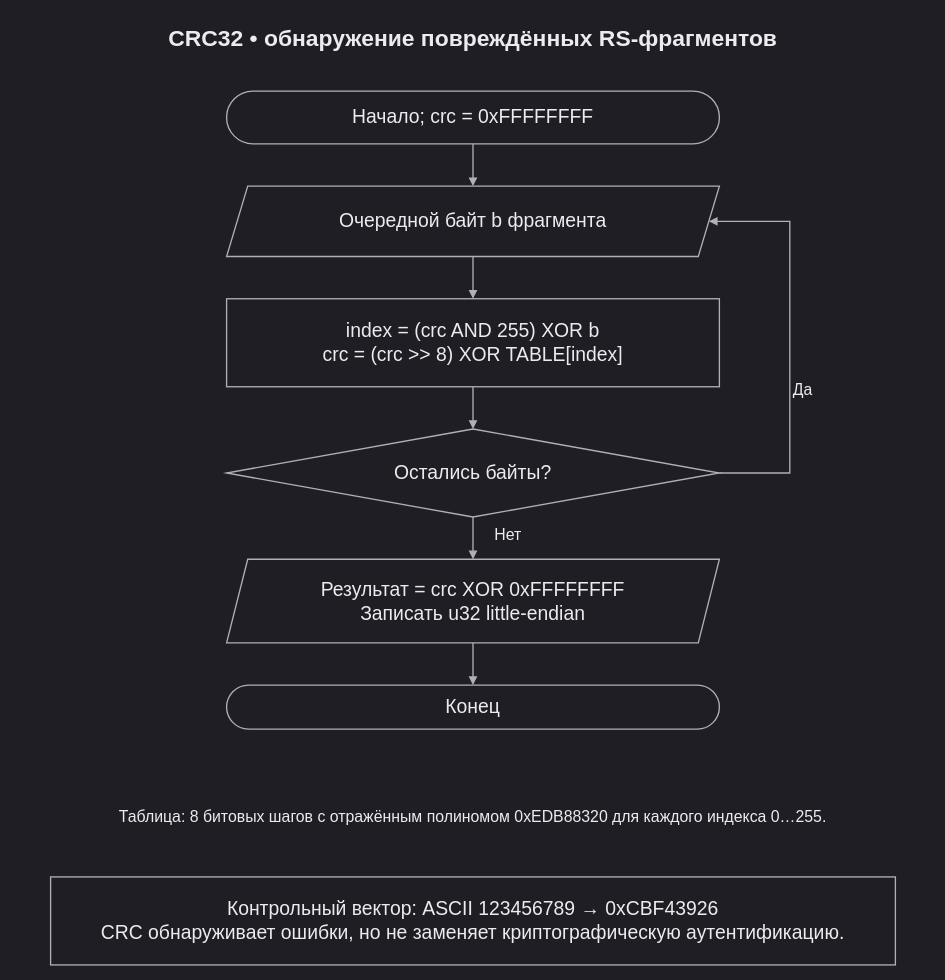
This is page "crc32-flow" (2 of 29) of docs/diagrams.drawio from SM1LEK/TEST, a draw.io file, before an edit. Source tidied: cells renumbered, new cells numbered last; positions are measured from the earlier drawing's top-left corner, leaving out a move shared by most shapes. Both pictures are drawn from the tidied source at 88%, with x=0, y=0 at pixel (15, 15).
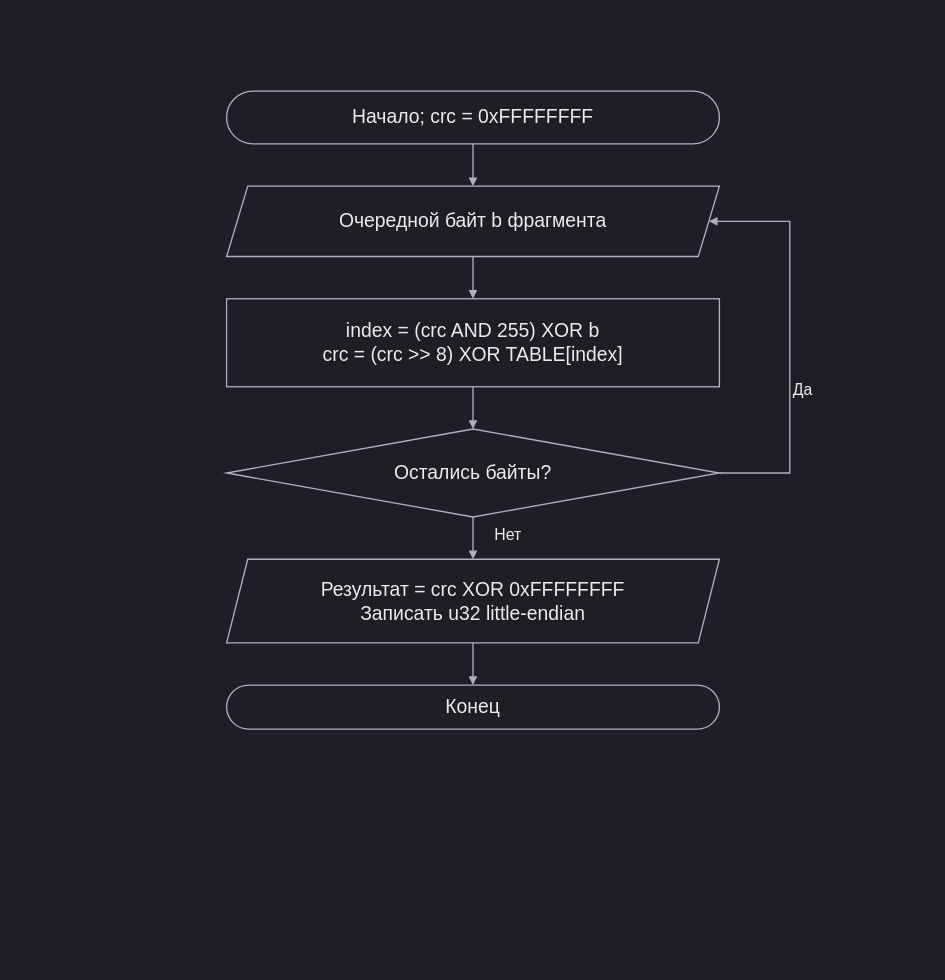
The same diagram, later.

Diff of the diagram source:
```diff
@@
-    <mxCell id="2" value="CRC32 • обнаружение повреждённых RS-фрагментов" style="text;whiteSpace=wrap;html=0;fontFamily=Arial;fontSize=26;fontColor=#ececef;strokeColor=#b3afb9;fillColor=#1f1e24;strokeWidth=1.5;align=center;verticalAlign=middle;spacing=10;labelBackgroundColor=none;fontStyle=1;strokeColor=none;fillColor=none;" parent="1" vertex="1">
-      <mxGeometry width="1040" height="52" as="geometry" />
-    </mxCell>
@@
-    <mxCell id="17" value="Таблица: 8 битовых шагов с отражённым полиномом 0xEDB88320 для каждого индекса 0…255." style="text;whiteSpace=wrap;html=0;fontFamily=Arial;fontSize=18;fontColor=#ececef;strokeColor=#b3afb9;fillColor=#1f1e24;strokeWidth=1.5;align=center;verticalAlign=middle;spacing=10;labelBackgroundColor=none;strokeColor=none;fillColor=none;" parent="1" vertex="1">
-      <mxGeometry y="879" width="1040" height="64" as="geometry" />
-    </mxCell>
-    <mxCell id="18" value="Контрольный вектор: ASCII 123456789 → 0xCBF43926&#10;CRC обнаруживает ошибки, но не заменяет криптографическую аутентификацию." style="whiteSpace=wrap;html=0;fontFamily=Arial;fontSize=22;fontColor=#ececef;strokeColor=#b3afb9;fillColor=#1f1e24;strokeWidth=1.5;align=center;verticalAlign=middle;spacing=10;labelBackgroundColor=none;rounded=0;" parent="1" vertex="1">
-      <mxGeometry x="40" y="979" width="960" height="100" as="geometry" />
-    </mxCell>
```
